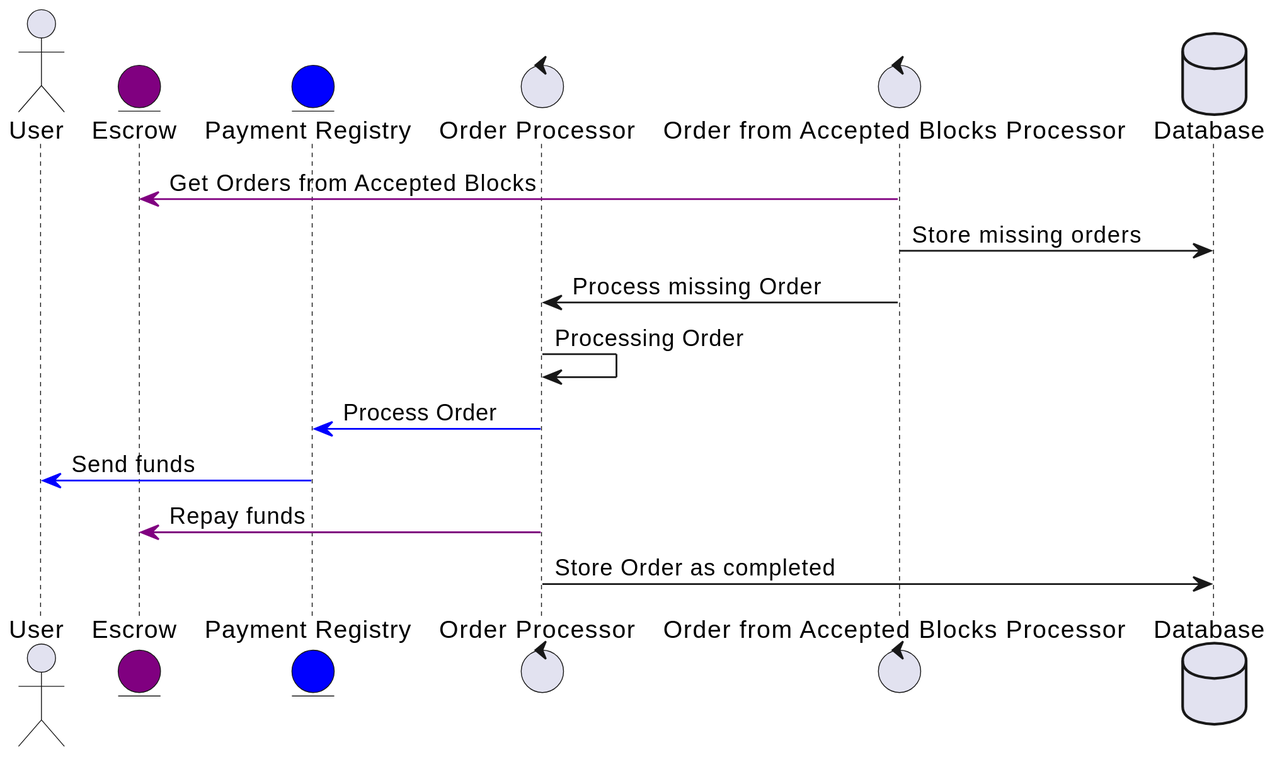
Above: mm-bot/docs/images/accepted_blocks.svg in yetanotherco/yet-another-bridge (PlantUML), before the change.
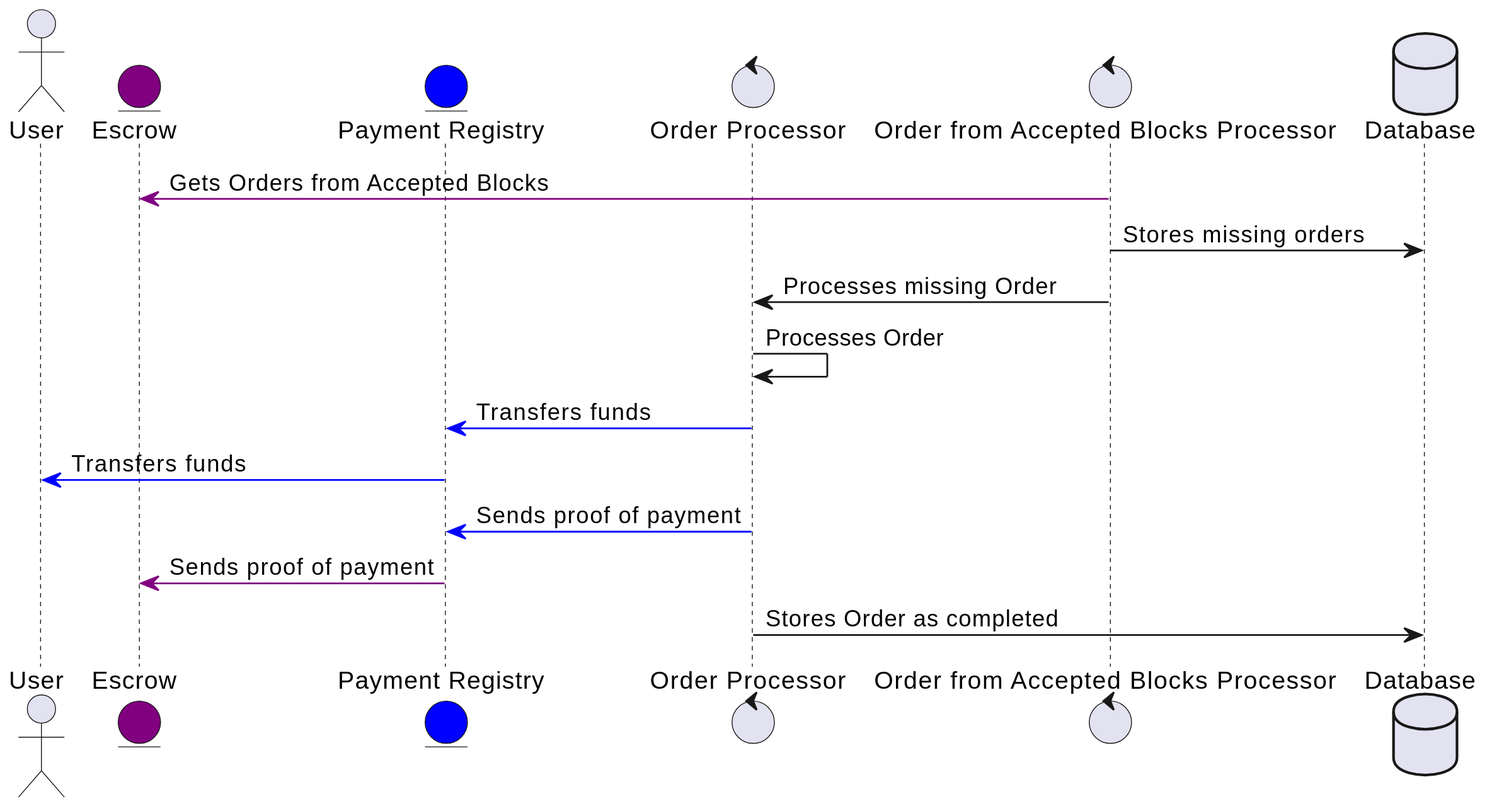
The same diagram one commit later.

What changed in the source:
```diff
@@ -6,12 +6,13 @@
 control "Order from Accepted Blocks Processor" as ABP
 database Database
 
-ABP -[#purple]> E : Get Orders from Accepted Blocks
-ABP -> Database : Store missing orders
-ABP -> OP : Process missing Order
-OP -> OP : Processing Order
-OP -[#blue]> PR : Process Order
-PR -[#blue]> U: Send funds
-OP -[#purple]> E : Repay funds
-OP -> Database : Store Order as completed
+ABP -[#purple]> E : Gets Orders from Accepted Blocks
+ABP -> Database : Stores missing orders
+ABP -> OP : Processes missing Order
+OP -> OP : Processes Order
+OP -[#blue]> PR : Transfers funds
+PR -[#blue]> U: Transfers funds
+OP -[#blue]> PR : Sends proof of payment
+PR -[#purple]> E : Sends proof of payment
+OP -> Database : Stores Order as completed
 @enduml
```
